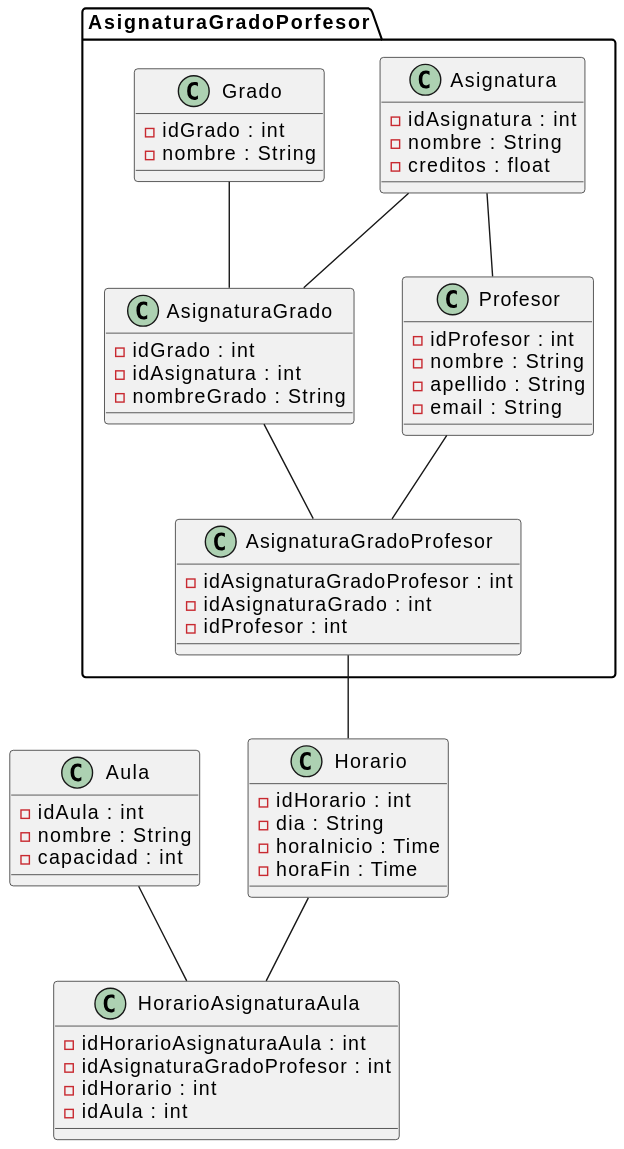
Earlier version of the PlantUML export modeloDelDominio/imagenes/DiagramaDeClases.svg (mmasias/24-25-IdSw1-SDR).
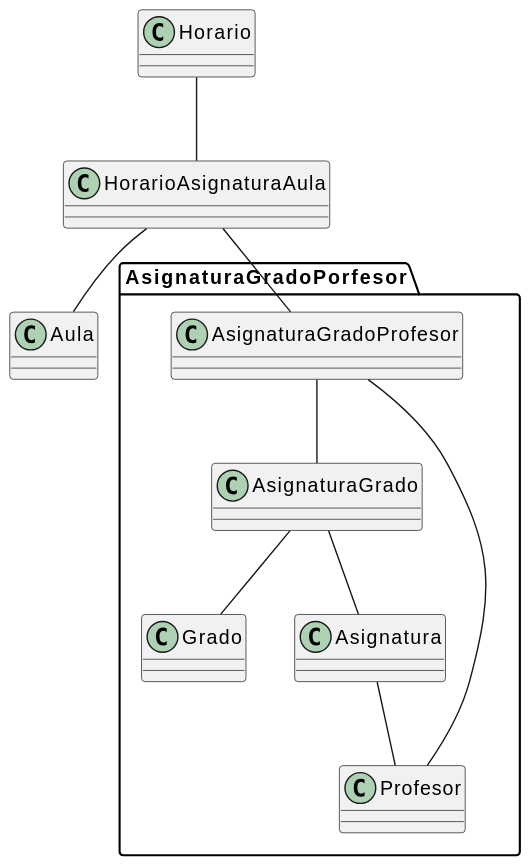
After the change.

Commit message:
Diagramas de clases y objetos corregidos

The edit, as a diff of the source:
```diff
@@ -1,63 +1,38 @@
 @startuml
+class Horario {
+}
+
+class HorarioAsignaturaAula {
+}
+
+class Aula {
+}
+
 package "AsignaturaGradoPorfesor" {
+
+  class AsignaturaGradoProfesor {
+  }
+
+  class AsignaturaGrado {
+  }
+
+  class Profesor {
+  }
+
   class Grado {
-    - idGrado : int
-    - nombre : String
   }
 
   class Asignatura {
-    - idAsignatura : int
-    - nombre : String
-    - creditos : float
   }
 
-  class AsignaturaGrado {
-    - idGrado : int
-    - idAsignatura : int
-    - nombreGrado : String
-  }
-
-  class AsignaturaGradoProfesor {
-    - idAsignaturaGradoProfesor : int
-    - idAsignaturaGrado : int
-    - idProfesor : int
-  }
-
-  class Profesor {
-    - idProfesor : int
-    - nombre : String
-    - apellido : String
-    - email : String
-  }
-
+  AsignaturaGradoProfesor -- AsignaturaGrado
+  AsignaturaGradoProfesor -- Profesor
+  AsignaturaGrado -- Grado
+  AsignaturaGrado -- Asignatura
   Asignatura -- Profesor
-  Grado -- AsignaturaGrado
-  Asignatura -- AsignaturaGrado
-  AsignaturaGrado -- AsignaturaGradoProfesor
-  Profesor -- AsignaturaGradoProfesor
 }
 
-class Horario {
-  - idHorario : int
-  - dia : String
-  - horaInicio : Time
-  - horaFin : Time
-}
-
-class HorarioAsignaturaAula {
-  - idHorarioAsignaturaAula : int
-  - idAsignaturaGradoProfesor : int
-  - idHorario : int
-  - idAula : int
-}
-
-class Aula {
-  - idAula : int
-  - nombre : String
-  - capacidad : int
-}
-
-AsignaturaGradoProfesor -- Horario
 Horario -- HorarioAsignaturaAula
-Aula -- HorarioAsignaturaAula
+HorarioAsignaturaAula -- Aula
+HorarioAsignaturaAula -- AsignaturaGradoProfesor
 @enduml
```
